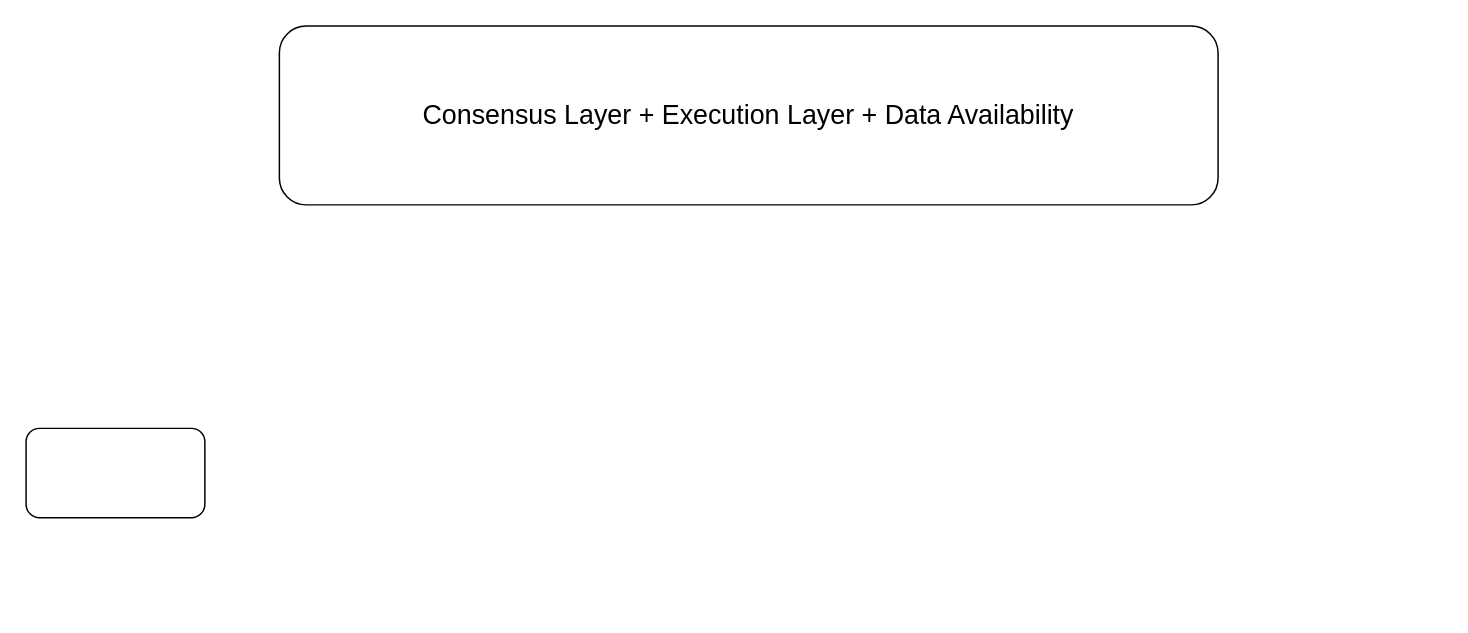
Earlier version of the draw.io diagram Untitled Diagram.drawio (aditya172926/diagrams). Source tidied: cells renumbered, new cells numbered last; positions are measured from the earlier drawing's top-left corner, leaving out a move shared by most shapes. Both pictures are drawn from the tidied source at 149%, with x=0, y=0 at pixel (25, 25).
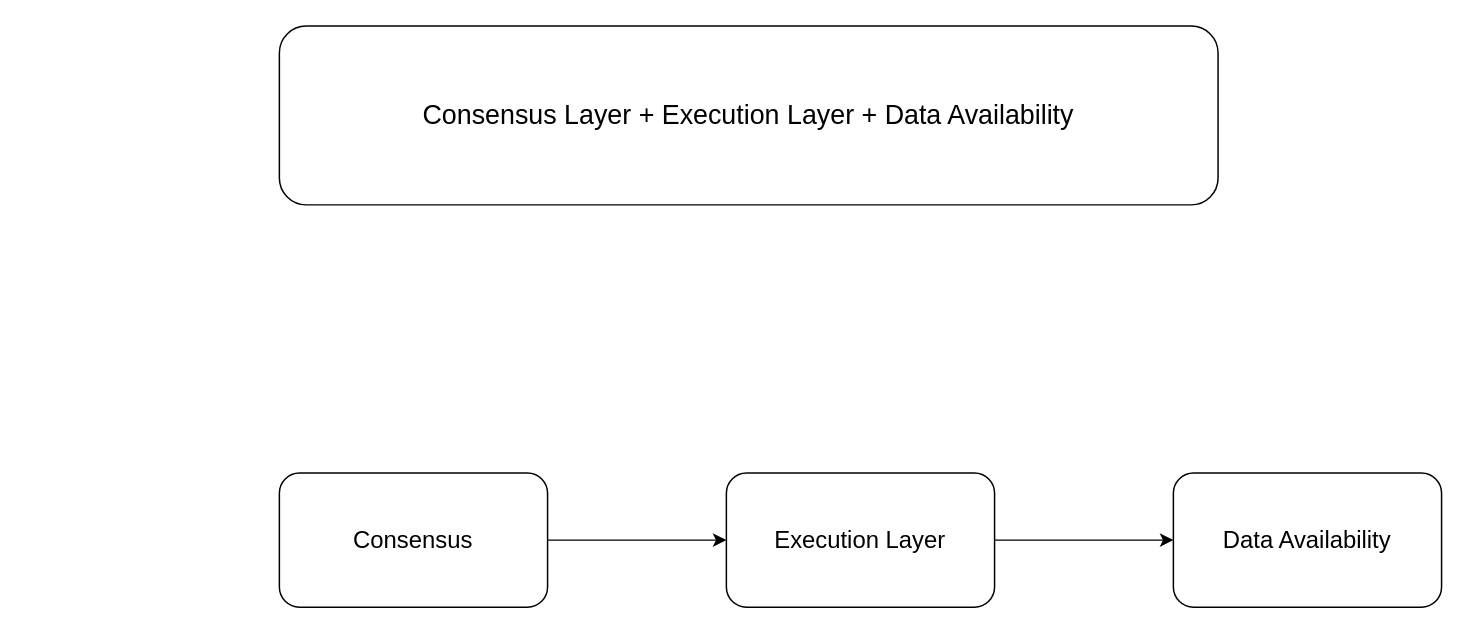
The same diagram, later.

Commit message:
modular archite

What changed in the source:
```diff
@@
 <mxGraphModel>
   <root>
     <mxCell id="0" />
     <mxCell id="1" parent="0" />
     <mxCell id="2" value="&lt;font style=&quot;font-size: 18px;&quot;&gt;Consensus Layer + Execution Layer + Data Availability&lt;/font&gt;" style="rounded=1;whiteSpace=wrap;html=1;" parent="1" vertex="1">
       <mxGeometry x="170" width="630" height="120" as="geometry" />
     </mxCell>
+    <mxCell id="4" style="edgeStyle=orthogonalEdgeStyle;rounded=0;jettySize=auto;html=1;exitX=1;exitY=0.5;exitDx=0;exitDy=0;entryX=0;entryY=0.5;entryDx=0;entryDy=0;" parent="1" edge="1" source="3" target="6">
+      <mxGeometry relative="1" as="geometry" />
+    </mxCell>
-    <mxCell id="3" style="rounded=1;whiteSpace=wrap;html=1;" parent="1" vertex="1">
-      <mxGeometry y="270" width="120" height="60" as="geometry" />
+    <mxCell id="3" value="&lt;font size=&quot;3&quot;&gt;Consensus&lt;/font&gt;" style="rounded=1;whiteSpace=wrap;html=1;" parent="1" vertex="1">
+      <mxGeometry x="170" y="300" width="180" height="90" as="geometry" />
     </mxCell>
+    <mxCell id="5" style="edgeStyle=orthogonalEdgeStyle;rounded=0;jettySize=auto;html=1;exitX=1;exitY=0.5;exitDx=0;exitDy=0;entryX=0;entryY=0.5;entryDx=0;entryDy=0;" parent="1" edge="1" source="6" target="7">
+      <mxGeometry relative="1" as="geometry" />
+    </mxCell>
+    <mxCell id="6" value="&lt;font size=&quot;3&quot;&gt;Execution Layer&lt;/font&gt;" style="rounded=1;whiteSpace=wrap;html=1;" parent="1" vertex="1">
+      <mxGeometry x="470" y="300" width="180" height="90" as="geometry" />
+    </mxCell>
+    <mxCell id="7" value="&lt;font size=&quot;3&quot;&gt;Data Availability&lt;/font&gt;" style="rounded=1;whiteSpace=wrap;html=1;" parent="1" vertex="1">
+      <mxGeometry x="770" y="300" width="180" height="90" as="geometry" />
+    </mxCell>
   </root>
 </mxGraphModel>
```
